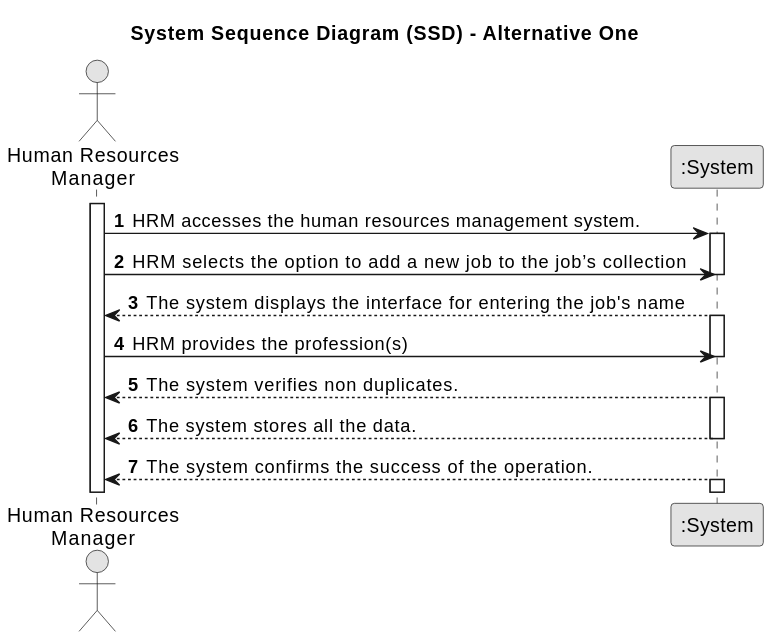
SAEmanuel/Green_Spaces_Management_ISEP keeps this PlantUML diagram as docs/sprintA/us002/01.requirements-engineering/svg/us002-system-sequence-diagram-alternative-one-System_Sequence_Diagram__SSD____Alternative_One.svg. Above is the earlier version.
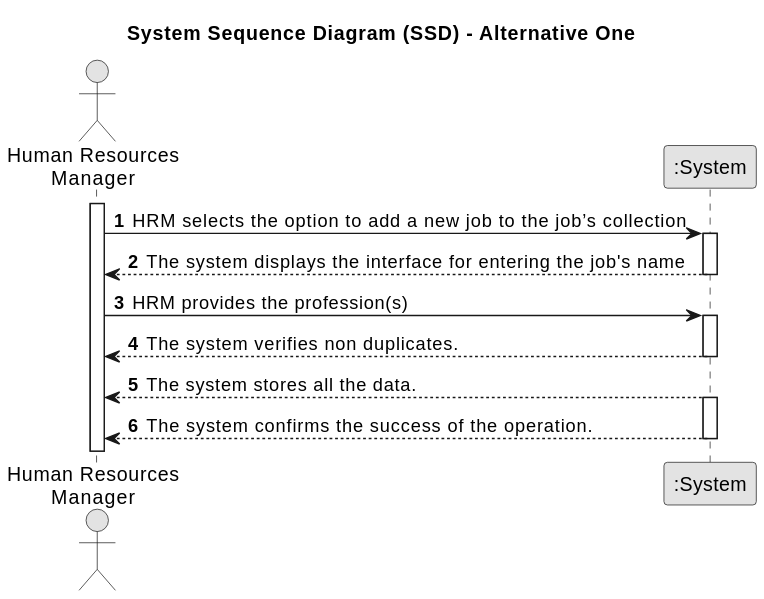
The same diagram one commit later.

Diff of the diagram source:
```diff
@@ -12,24 +12,22 @@
 
 activate HRM
 
-    HRM -> System : HRM accesses the human resources management system.
+
+     HRM -> System : HRM selects the option to add a new job to the job’s collection
     activate System
 
-     HRM -> System : HRM selects the option to add a new job to the job’s collection
+        System --> HRM : The system displays the interface for entering the job's name
     deactivate System
 
-        System --> HRM : The system displays the interface for entering the job's name
+        HRM -> System : HRM provides the profession(s)
     activate System
 
-        HRM -> System : HRM provides the profession(s)
-    deactivate System
-
     System --> HRM : The system verifies non duplicates.
-        activate System
+        deactivate System
 
     System --> HRM : The system stores all the data.
-    deactivate System
+    activate System
 
         System --> HRM : The system confirms the success of the operation.
-    activate System
+    deactivate System
 @enduml
```
